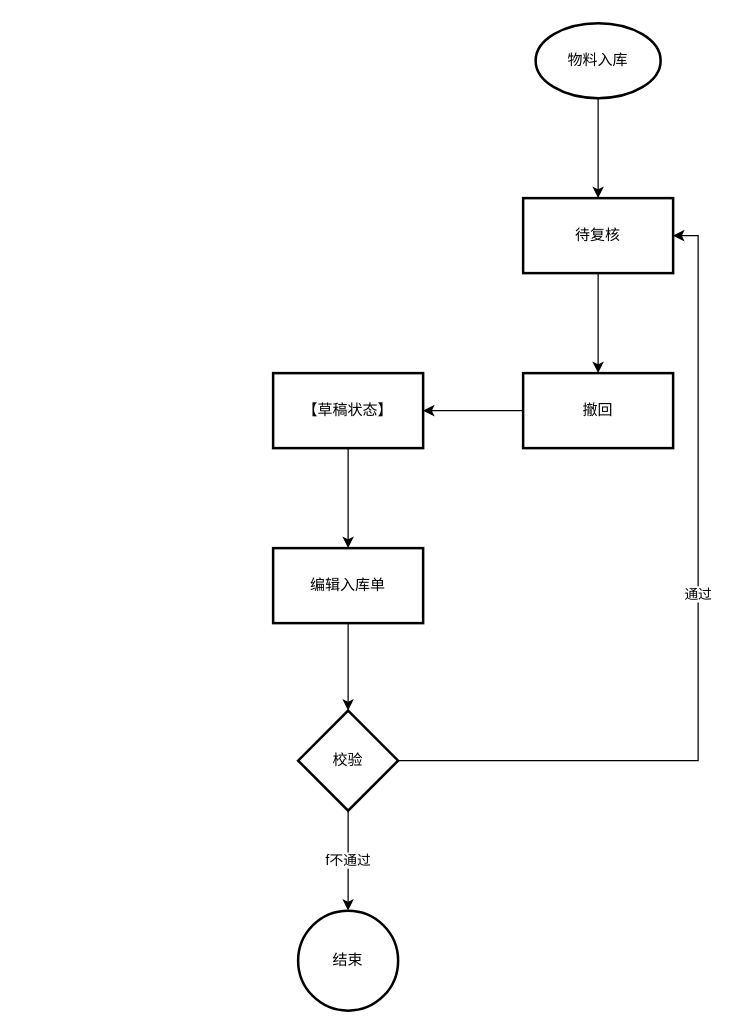
surick/C_Demos keeps this draw.io diagram as first.drawio. Above is the earlier version. Source tidied: cells renumbered, new cells numbered last; positions are measured from the earlier drawing's top-left corner, leaving out a move shared by most shapes. Both pictures are drawn from the tidied source at 125%, with x=0, y=0 at pixel (272, 22).
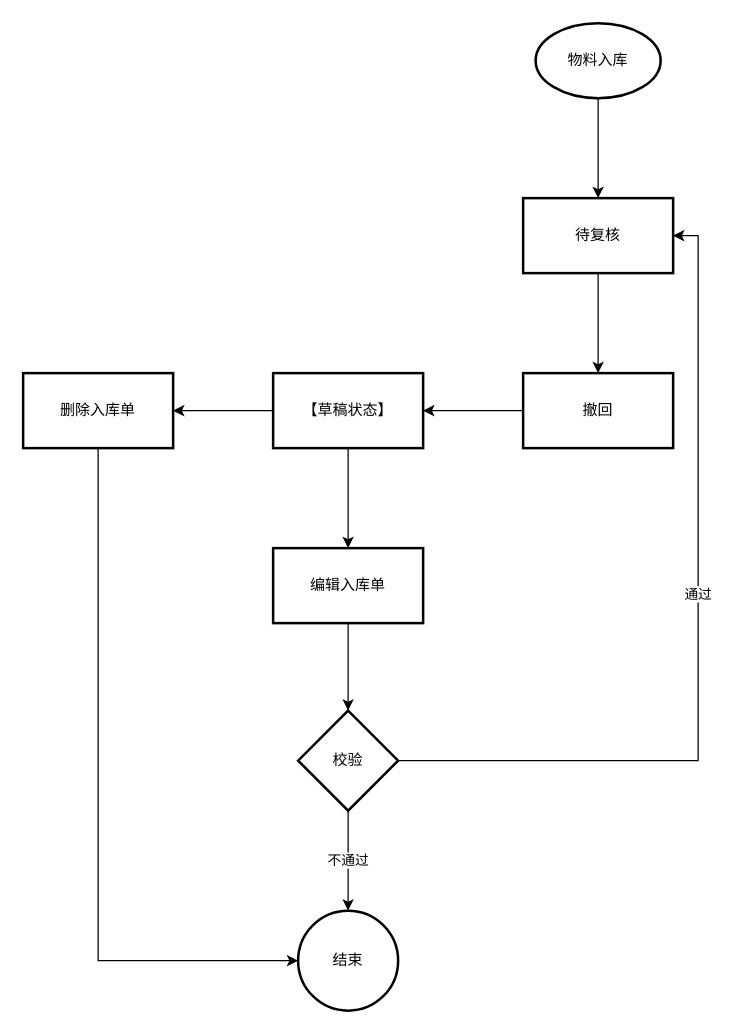
The same page after the edit.

The change refers to these unchanged cells:
```xml
<mxCell id="9" value="【草稿状态】" style="whiteSpace=wrap;html=1;strokeWidth=2;" parent="1" vertex="1">
  <mxGeometry y="280" width="120" height="60" as="geometry" />
</mxCell>
<mxCell id="15" value="校验" style="rhombus;whiteSpace=wrap;html=1;strokeWidth=2;" parent="1" vertex="1">
  <mxGeometry x="20" y="550" width="80" height="80" as="geometry" />
</mxCell>
<mxCell id="16" value="结束" style="ellipse;whiteSpace=wrap;html=1;strokeWidth=2;" parent="1" vertex="1">
  <mxGeometry x="20" y="710" width="80" height="80" as="geometry" />
</mxCell>
```

Diff of the diagram source:
```diff
@@
+    <mxCell id="17" style="edgeStyle=orthogonalEdgeStyle;rounded=0;jettySize=auto;html=1;" parent="1" edge="1" source="9" target="19">
+      <mxGeometry relative="1" as="geometry" />
+    </mxCell>
@@
-    <mxCell id="12" value="f不通过" style="edgeStyle=orthogonalEdgeStyle;rounded=0;jettySize=auto;html=1;" parent="1" edge="1" source="15" target="16">
-      <mxGeometry relative="1" as="geometry" />
-    </mxCell>
@@
+    <mxCell id="12" value="不通过" style="edgeStyle=orthogonalEdgeStyle;rounded=0;jettySize=auto;html=1;entryX=0.5;entryY=0;entryDx=0;entryDy=0;" parent="1" edge="1" source="15" target="16">
+      <mxGeometry relative="1" as="geometry" />
+    </mxCell>
@@
+    <mxCell id="18" style="edgeStyle=orthogonalEdgeStyle;rounded=0;jettySize=auto;html=1;entryX=0;entryY=0.5;entryDx=0;entryDy=0;" parent="1" edge="1" source="19" target="16">
+      <mxGeometry relative="1" as="geometry">
+        <Array as="points">
+          <mxPoint x="-140" y="750" />
+        </Array>
+      </mxGeometry>
+    </mxCell>
+    <mxCell id="19" value="删除入库单" style="whiteSpace=wrap;html=1;strokeWidth=2;" parent="1" vertex="1">
+      <mxGeometry x="-200" y="280" width="120" height="60" as="geometry" />
+    </mxCell>
```
